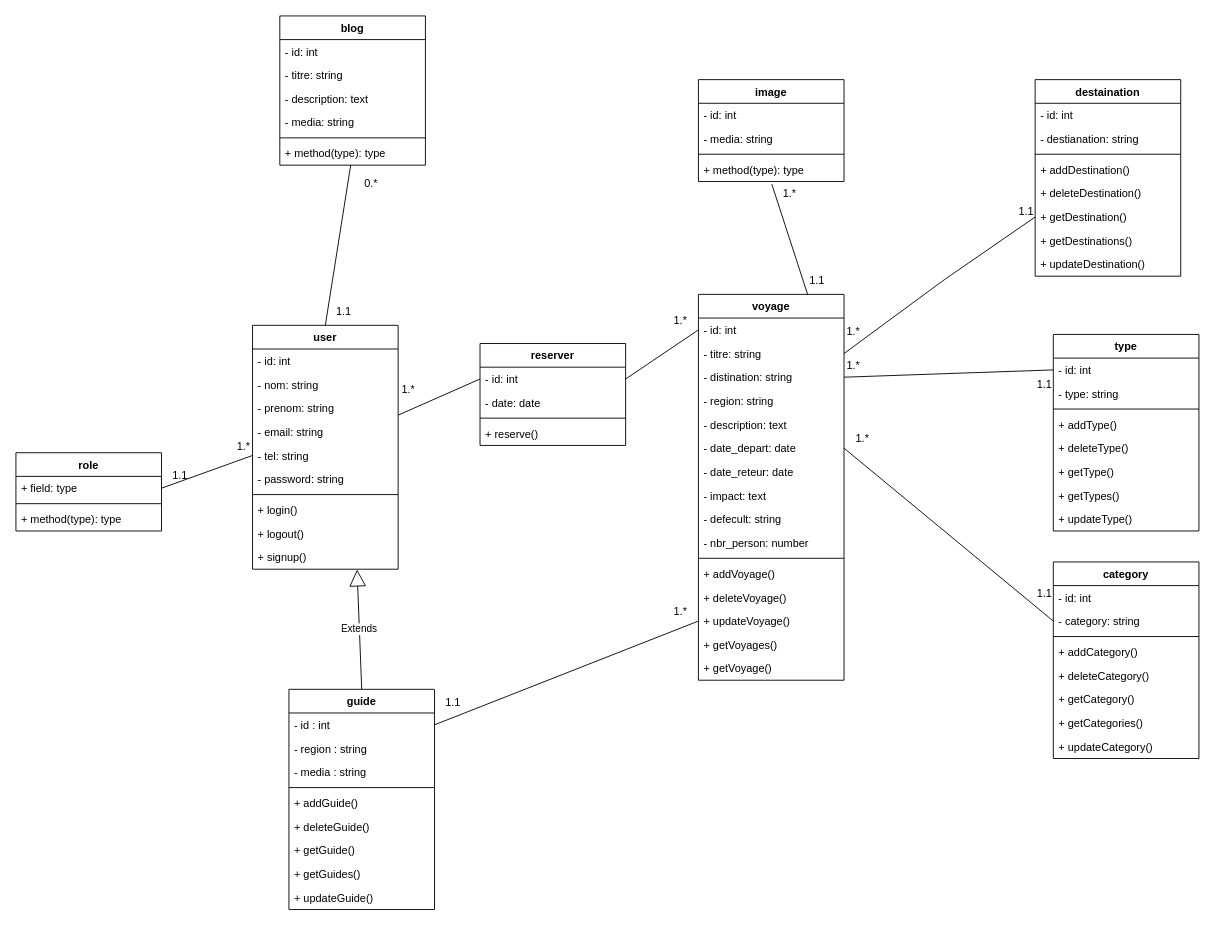
AllaouiJihad/On_the_Road keeps this draw.io diagram as conception/diagramme_classe.drawio. Above is the earlier version. Source tidied: cells renumbered, new cells numbered last; positions are measured from the earlier drawing's top-left corner, leaving out a move shared by most shapes. Both pictures are drawn from the tidied source at 91%, with x=0, y=0 at pixel (15, 15).
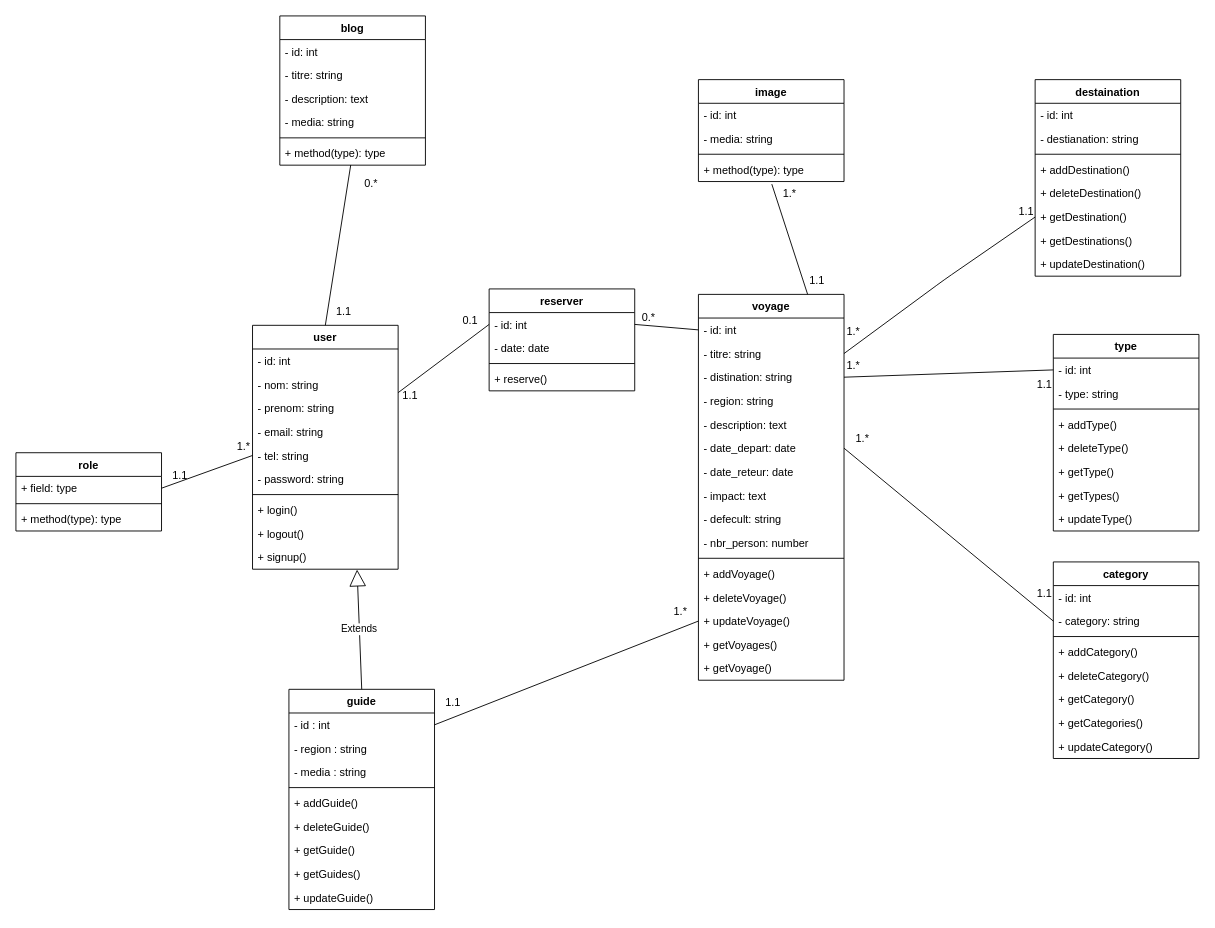
After the change.

Diff of the diagram source:
```diff
@@
     <mxCell id="78" value="reserver" style="swimlane;fontStyle=1;align=center;verticalAlign=top;horizontal=1;startSize=26;" parent="1" vertex="1">
-      <mxGeometry x="510" y="360" width="160" height="112" as="geometry" />
+      <mxGeometry x="520" y="300" width="160" height="112" as="geometry" />
     </mxCell>
@@
-    <mxCell id="105" value="1.*" style="text;html=1;align=center;verticalAlign=middle;strokeColor=none;fillColor=none;" parent="1" vertex="1">
-      <mxGeometry x="710" y="320" width="40" height="30" as="geometry" />
+    <mxCell id="105" value="0.*" style="text;html=1;align=center;verticalAlign=middle;strokeColor=none;fillColor=none;" parent="1" vertex="1">
+      <mxGeometry x="675" y="317" width="40" height="30" as="geometry" />
     </mxCell>
-    <mxCell id="106" value="1.*" style="text;html=1;align=center;verticalAlign=middle;strokeColor=none;fillColor=none;" parent="1" vertex="1">
-      <mxGeometry x="411" y="396" width="40" height="30" as="geometry" />
+    <mxCell id="106" value="1.1" style="text;html=1;align=center;verticalAlign=middle;strokeColor=none;fillColor=none;" parent="1" vertex="1">
+      <mxGeometry x="413" y="403" width="40" height="30" as="geometry" />
     </mxCell>
@@
+    <mxCell id="114" value="0.1" style="text;html=1;align=center;verticalAlign=middle;strokeColor=none;fillColor=none;" parent="1" vertex="1">
+      <mxGeometry x="479" y="320" width="40" height="30" as="geometry" />
+    </mxCell>
```
